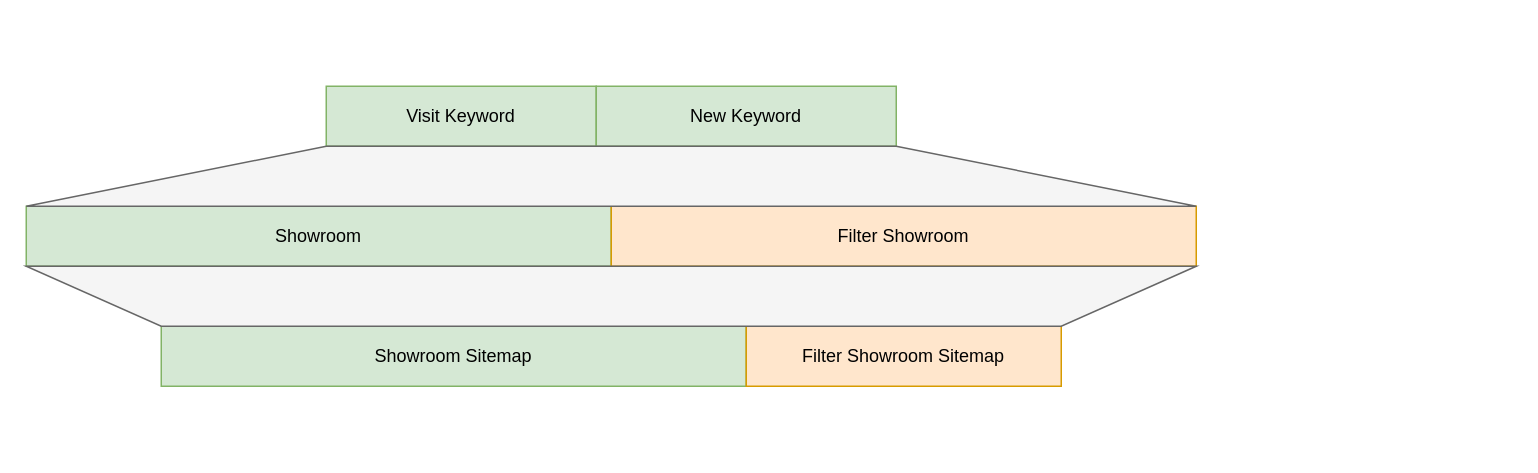
The draw.io diagram showroom_plan_0613.drawio in VisableHarry/seo-drawio, before the edit. Source tidied: cells renumbered, new cells numbered last; positions are measured from the earlier drawing's top-left corner, leaving out a move shared by most shapes. Both pictures are drawn from the tidied source at 150%, with x=0, y=0 at pixel (26, 86).
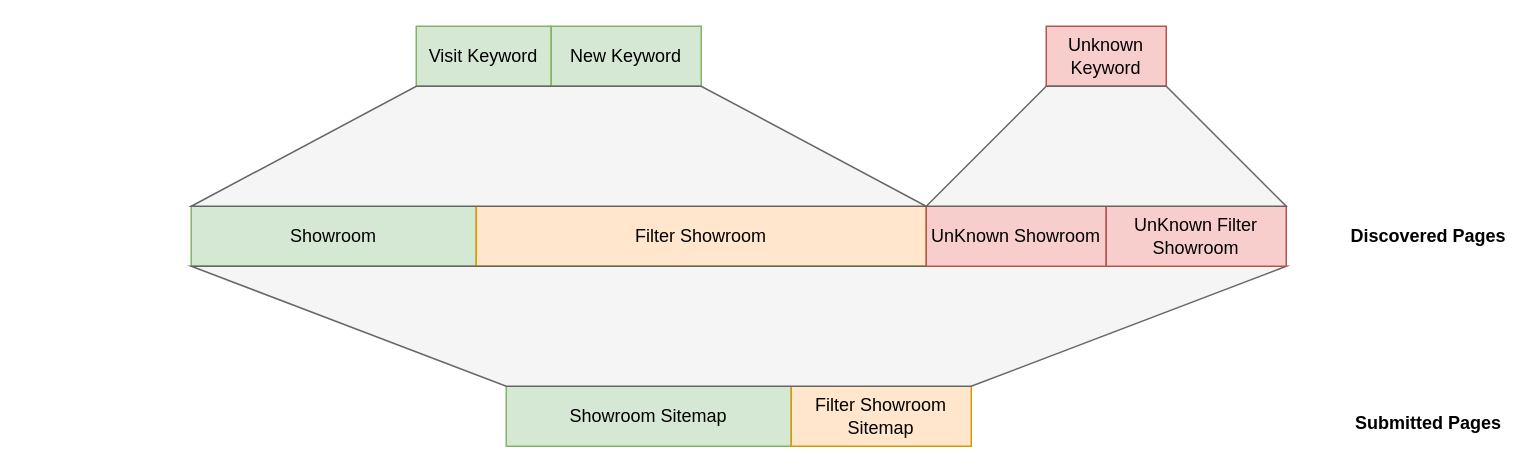
Above is the later version.

Diff of the diagram source:
```diff
@@
 <mxGraphModel>
   <root>
     <mxCell id="0" />
     <mxCell id="1" parent="0" />
+    <mxCell id="10" style="edgeStyle=orthogonalEdgeStyle;rounded=0;jettySize=auto;html=1;" parent="1" edge="1" source="2" target="9">
+      <mxGeometry relative="1" as="geometry" />
+    </mxCell>
     <mxCell id="2" value="Visit Keyword" style="rounded=0;whiteSpace=wrap;html=1;fillColor=#d5e8d4;strokeColor=#82b366;" parent="1" vertex="1">
-      <mxGeometry x="200" width="180" height="40" as="geometry" />
+      <mxGeometry x="260" y="-40" width="90" height="40" as="geometry" />
     </mxCell>
     <mxCell id="3" value="New Keyword" style="rounded=0;whiteSpace=wrap;html=1;fillColor=#d5e8d4;strokeColor=#82b366;" parent="1" vertex="1">
-      <mxGeometry x="380" width="200" height="40" as="geometry" />
+      <mxGeometry x="350" y="-40" width="100" height="40" as="geometry" />
     </mxCell>
     <mxCell id="4" value="Showroom" style="rounded=0;whiteSpace=wrap;html=1;fillColor=#d5e8d4;strokeColor=#82b366;" parent="1" vertex="1">
-      <mxGeometry y="80" width="390" height="40" as="geometry" />
+      <mxGeometry x="110" y="80" width="190" height="40" as="geometry" />
     </mxCell>
     <mxCell id="5" value="Filter Showroom" style="rounded=0;whiteSpace=wrap;html=1;fillColor=#ffe6cc;strokeColor=#d79b00;" parent="1" vertex="1">
-      <mxGeometry x="390" y="80" width="390" height="40" as="geometry" />
+      <mxGeometry x="300" y="80" width="300" height="40" as="geometry" />
     </mxCell>
     <mxCell id="6" value="Showroom Sitemap" style="rounded=0;whiteSpace=wrap;html=1;fillColor=#d5e8d4;strokeColor=#82b366;" parent="1" vertex="1">
-      <mxGeometry x="90" y="160" width="390" height="40" as="geometry" />
+      <mxGeometry x="320" y="200" width="190" height="40" as="geometry" />
     </mxCell>
     <mxCell id="7" value="Filter Showroom Sitemap" style="rounded=0;whiteSpace=wrap;html=1;fillColor=#ffe6cc;strokeColor=#d79b00;" parent="1" vertex="1">
-      <mxGeometry x="480" y="160" width="210" height="40" as="geometry" />
+      <mxGeometry x="510" y="200" width="120" height="40" as="geometry" />
     </mxCell>
-    <mxCell id="8" style="shape=trapezoid;perimeter=trapezoidPerimeter;whiteSpace=wrap;html=1;fixedSize=1;size=200;fillColor=#f5f5f5;strokeColor=#666666;fontColor=#333333;" parent="1" vertex="1">
-      <mxGeometry y="40" width="780" height="40" as="geometry" />
+    <mxCell id="8" style="shape=trapezoid;perimeter=trapezoidPerimeter;whiteSpace=wrap;html=1;fixedSize=1;size=150;fillColor=#f5f5f5;strokeColor=#666666;fontColor=#333333;" parent="1" vertex="1">
+      <mxGeometry x="110" width="490" height="80" as="geometry" />
     </mxCell>
-    <mxCell id="9" style="shape=trapezoid;perimeter=trapezoidPerimeter;whiteSpace=wrap;html=1;fixedSize=1;size=90;direction=west;fillColor=#f5f5f5;fontColor=#333333;strokeColor=#666666;" parent="1" vertex="1">
-      <mxGeometry y="120" width="780" height="40" as="geometry" />
+    <mxCell id="9" style="shape=trapezoid;perimeter=trapezoidPerimeter;whiteSpace=wrap;html=1;fixedSize=1;size=210;direction=west;fillColor=#f5f5f5;fontColor=#333333;strokeColor=#666666;" parent="1" vertex="1">
+      <mxGeometry x="110" y="120" width="730" height="80" as="geometry" />
     </mxCell>
+    <mxCell id="11" value="Discovered Pages" style="text;html=1;align=center;verticalAlign=middle;whiteSpace=wrap;rounded=0;fontStyle=1;" parent="1" vertex="1">
+      <mxGeometry x="880" y="85" width="110" height="30" as="geometry" />
+    </mxCell>
+    <mxCell id="12" value="Submitted Pages" style="text;html=1;align=center;verticalAlign=middle;whiteSpace=wrap;rounded=0;fontStyle=1;" parent="1" vertex="1">
+      <mxGeometry x="880" y="210" width="110" height="30" as="geometry" />
+    </mxCell>
+    <mxCell id="13" value="UnKnown Showroom" style="rounded=0;whiteSpace=wrap;html=1;fillColor=#f8cecc;strokeColor=#b85450;" parent="1" vertex="1">
+      <mxGeometry x="600" y="80" width="120" height="40" as="geometry" />
+    </mxCell>
+    <mxCell id="14" value="Unknown Keyword" style="rounded=0;whiteSpace=wrap;html=1;fillColor=#f8cecc;strokeColor=#b85450;" parent="1" vertex="1">
+      <mxGeometry x="680" y="-40" width="80" height="40" as="geometry" />
+    </mxCell>
+    <mxCell id="15" value="UnKnown Filter Showroom" style="rounded=0;whiteSpace=wrap;html=1;fillColor=#f8cecc;strokeColor=#b85450;" parent="1" vertex="1">
+      <mxGeometry x="720" y="80" width="120" height="40" as="geometry" />
+    </mxCell>
+    <mxCell id="16" style="shape=trapezoid;perimeter=trapezoidPerimeter;whiteSpace=wrap;html=1;fixedSize=1;size=80;fillColor=#f5f5f5;strokeColor=#666666;fontColor=#333333;" parent="1" vertex="1">
+      <mxGeometry x="600" width="240" height="80" as="geometry" />
+    </mxCell>
   </root>
 </mxGraphModel>
```
